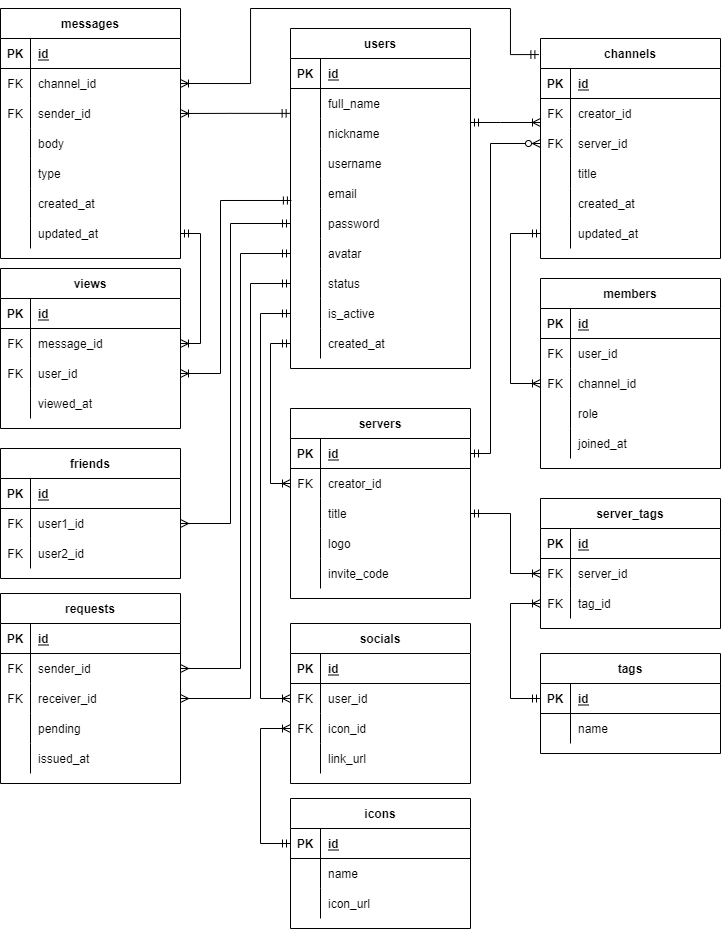
This is docs/planning/ERD - reviewed.png from adamhirzalla/disnode, a draw.io export, as it was before one commit. Source tidied: cells renumbered, new cells last; positions are measured from the earlier drawing's top-left corner, leaving out a move shared by most shapes.
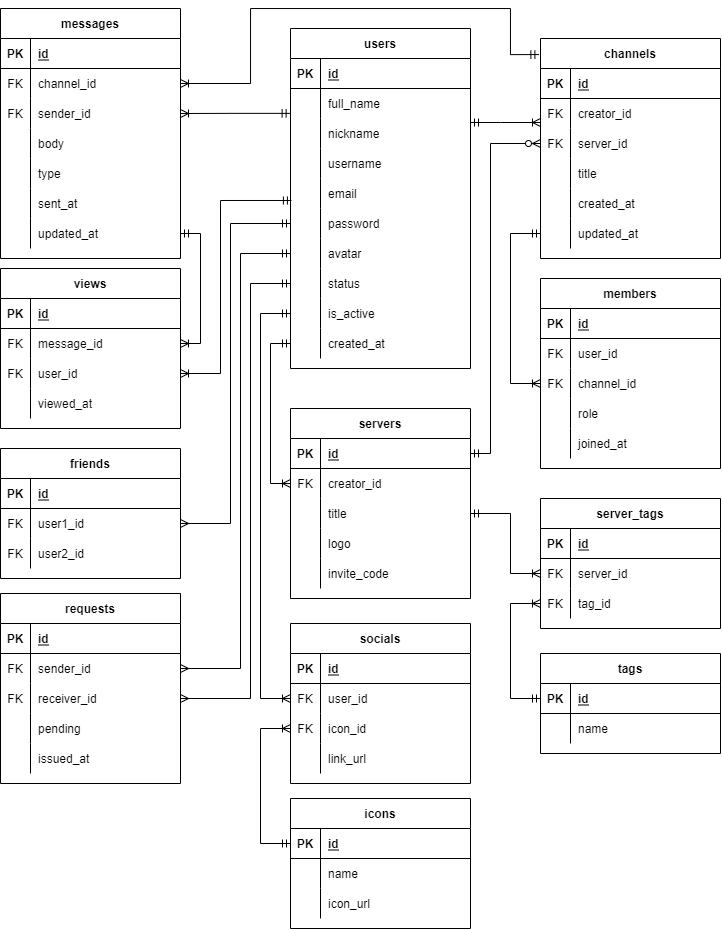
The same diagram one commit later.

Diff of the diagram source:
```diff
@@ -463,7 +463,7 @@
     <mxCell id="145" style="shape=partialRectangle;fillColor=none;top=0;left=0;bottom=0;right=0;overflow=hidden;" parent="144" vertex="1">
       <mxGeometry width="30" height="30" as="geometry" />
     </mxCell>
-    <mxCell id="146" value="created_at" style="shape=partialRectangle;fillColor=none;top=0;left=0;bottom=0;right=0;align=left;spacingLeft=6;overflow=hidden;" parent="144" vertex="1">
+    <mxCell id="146" value="sent_at" style="shape=partialRectangle;fillColor=none;top=0;left=0;bottom=0;right=0;align=left;spacingLeft=6;overflow=hidden;" parent="144" vertex="1">
       <mxGeometry x="30" width="150" height="30" as="geometry" />
     </mxCell>
     <mxCell id="147" style="shape=partialRectangle;fillColor=none;top=0;left=0;bottom=0;right=0;points=[[0,0.5],[1,0.5]];portConstraint=eastwest;" parent="128" vertex="1">
```
